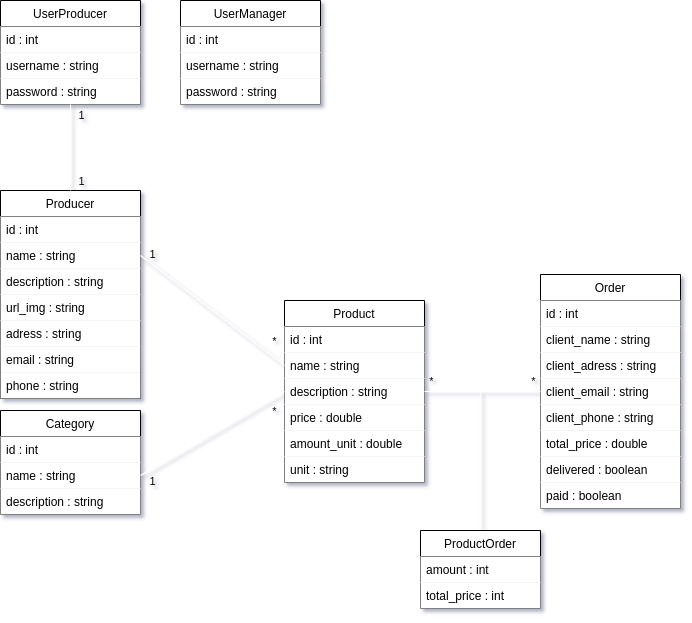
This is doc/bdd_schema.png from Tenebrosful/atelier_1_ciasie_2021_2022, a draw.io export, as it was before one commit. Source tidied: cells renumbered, new cells last; positions are measured from the earlier drawing's top-left corner, leaving out a move shared by most shapes. Its diagram source:
```xml
<mxGraphModel background="#FFFFFF">
  <root>
    <mxCell id="0" />
    <mxCell id="1" parent="0" />
    <mxCell id="2" value="Product" style="swimlane;fontStyle=0;horizontal=1;startSize=26;fillColor=default;fontColor=default;labelBackgroundColor=none;strokeColor=default;" parent="1" vertex="1">
      <mxGeometry x="284" y="300" width="140" height="182" as="geometry" />
    </mxCell>
    <mxCell id="3" value="id : int" style="text;strokeColor=none;fillColor=default;align=left;verticalAlign=top;spacingLeft=4;spacingRight=4;overflow=hidden;fontColor=default;labelBackgroundColor=none;" parent="2" vertex="1">
      <mxGeometry y="26" width="140" height="26" as="geometry" />
    </mxCell>
    <mxCell id="4" value="name : string" style="text;strokeColor=none;fillColor=default;align=left;verticalAlign=top;spacingLeft=4;spacingRight=4;overflow=hidden;points=[[0,0.5],[1,0.5]];portConstraint=eastwest;fontColor=default;labelBackgroundColor=none;" parent="2" vertex="1">
      <mxGeometry y="52" width="140" height="26" as="geometry" />
    </mxCell>
    <mxCell id="5" value="description : string" style="text;strokeColor=none;fillColor=default;align=left;verticalAlign=top;spacingLeft=4;spacingRight=4;overflow=hidden;points=[[0,0.5],[1,0.5]];portConstraint=eastwest;fontColor=default;labelBackgroundColor=none;" parent="2" vertex="1">
      <mxGeometry y="78" width="140" height="26" as="geometry" />
    </mxCell>
    <mxCell id="6" value="price : double" style="text;strokeColor=none;fillColor=default;align=left;verticalAlign=top;spacingLeft=4;spacingRight=4;overflow=hidden;fontColor=default;labelBackgroundColor=none;" parent="2" vertex="1">
      <mxGeometry y="104" width="140" height="26" as="geometry" />
    </mxCell>
    <mxCell id="7" value="amount_unit : double" style="text;strokeColor=none;fillColor=default;align=left;verticalAlign=top;spacingLeft=4;spacingRight=4;overflow=hidden;fontColor=default;labelBackgroundColor=none;" parent="2" vertex="1">
      <mxGeometry y="130" width="140" height="26" as="geometry" />
    </mxCell>
    <mxCell id="8" value="unit : string" style="text;strokeColor=none;fillColor=default;align=left;verticalAlign=top;spacingLeft=4;spacingRight=4;overflow=hidden;fontColor=default;labelBackgroundColor=none;" parent="2" vertex="1">
      <mxGeometry y="156" width="140" height="26" as="geometry" />
    </mxCell>
    <mxCell id="9" value="Category" style="swimlane;fontStyle=0;horizontal=1;startSize=26;fillColor=default;fontColor=default;labelBackgroundColor=none;strokeColor=default;" parent="1" vertex="1">
      <mxGeometry y="410" width="140" height="104" as="geometry" />
    </mxCell>
    <mxCell id="10" value="id : int" style="text;strokeColor=none;fillColor=default;align=left;verticalAlign=top;spacingLeft=4;spacingRight=4;overflow=hidden;fontColor=default;labelBackgroundColor=none;" parent="9" vertex="1">
      <mxGeometry y="26" width="140" height="26" as="geometry" />
    </mxCell>
    <mxCell id="11" value="name : string" style="text;strokeColor=none;fillColor=default;align=left;verticalAlign=top;spacingLeft=4;spacingRight=4;overflow=hidden;points=[[0,0.5],[1,0.5]];portConstraint=eastwest;fontColor=default;labelBackgroundColor=none;" parent="9" vertex="1">
      <mxGeometry y="52" width="140" height="26" as="geometry" />
    </mxCell>
    <mxCell id="12" value="description : string" style="text;strokeColor=none;fillColor=default;align=left;verticalAlign=top;spacingLeft=4;spacingRight=4;overflow=hidden;fontColor=default;labelBackgroundColor=none;" parent="9" vertex="1">
      <mxGeometry y="78" width="140" height="26" as="geometry" />
    </mxCell>
    <mxCell id="13" value="Producer" style="swimlane;fontStyle=0;horizontal=1;startSize=26;fillColor=default;strokeColor=default;fontColor=default;labelBackgroundColor=none;" parent="1" vertex="1">
      <mxGeometry y="190" width="140" height="208" as="geometry" />
    </mxCell>
    <mxCell id="14" value="id : int" style="text;strokeColor=none;fillColor=default;align=left;verticalAlign=top;spacingLeft=4;spacingRight=4;overflow=hidden;fontColor=default;labelBackgroundColor=none;" parent="13" vertex="1">
      <mxGeometry y="26" width="140" height="26" as="geometry" />
    </mxCell>
    <mxCell id="15" value="name : string" style="text;strokeColor=none;fillColor=default;align=left;verticalAlign=top;spacingLeft=4;spacingRight=4;overflow=hidden;points=[[0,0.5],[1,0.5]];portConstraint=eastwest;fontColor=default;labelBackgroundColor=none;" parent="13" vertex="1">
      <mxGeometry y="52" width="140" height="26" as="geometry" />
    </mxCell>
    <mxCell id="16" value="description : string" style="text;strokeColor=none;fillColor=default;align=left;verticalAlign=top;spacingLeft=4;spacingRight=4;overflow=hidden;fontColor=default;labelBackgroundColor=none;" parent="13" vertex="1">
      <mxGeometry y="78" width="140" height="26" as="geometry" />
    </mxCell>
    <mxCell id="17" value="url_img : string" style="text;strokeColor=none;fillColor=default;align=left;verticalAlign=top;spacingLeft=4;spacingRight=4;overflow=hidden;fontColor=default;labelBackgroundColor=none;" parent="13" vertex="1">
      <mxGeometry y="104" width="140" height="26" as="geometry" />
    </mxCell>
    <mxCell id="18" value="adress : string" style="text;strokeColor=none;fillColor=default;align=left;verticalAlign=top;spacingLeft=4;spacingRight=4;overflow=hidden;fontColor=default;labelBackgroundColor=none;" parent="13" vertex="1">
      <mxGeometry y="130" width="140" height="26" as="geometry" />
    </mxCell>
    <mxCell id="19" value="email : string" style="text;strokeColor=none;fillColor=default;align=left;verticalAlign=top;spacingLeft=4;spacingRight=4;overflow=hidden;fontColor=default;labelBackgroundColor=none;" parent="13" vertex="1">
      <mxGeometry y="156" width="140" height="26" as="geometry" />
    </mxCell>
    <mxCell id="20" value="phone : string" style="text;strokeColor=none;fillColor=default;align=left;verticalAlign=top;spacingLeft=4;spacingRight=4;overflow=hidden;fontColor=default;labelBackgroundColor=none;" parent="13" vertex="1">
      <mxGeometry y="182" width="140" height="26" as="geometry" />
    </mxCell>
    <mxCell id="21" style="endArrow=none;html=1;rounded=0;labelBackgroundColor=none;fontColor=default;strokeColor=#FFFFFF;exitX=1;exitY=0.5;exitDx=0;exitDy=0;entryX=0;entryY=0.5;entryDx=0;entryDy=0;" parent="1" edge="1" source="15" target="4">
      <mxGeometry relative="1" as="geometry" />
    </mxCell>
    <mxCell id="22" value="1" style="edgeLabel;html=1;align=center;verticalAlign=middle;fontColor=default;labelBackgroundColor=none;" parent="21" vertex="1">
      <mxGeometry x="-0.2" relative="1" as="geometry">
        <mxPoint x="-46" y="-45" as="offset" />
      </mxGeometry>
    </mxCell>
    <mxCell id="23" value="*" style="edgeLabel;html=1;align=center;verticalAlign=middle;fontColor=default;labelBackgroundColor=none;" parent="21" vertex="1">
      <mxGeometry x="0.52" relative="1" as="geometry">
        <mxPoint x="24" y="2" as="offset" />
      </mxGeometry>
    </mxCell>
    <mxCell id="24" style="endArrow=none;html=1;rounded=0;labelBackgroundColor=none;fontColor=default;strokeColor=#FFFFFF;exitX=1;exitY=0.5;exitDx=0;exitDy=0;entryX=0;entryY=0.5;entryDx=0;entryDy=0;" parent="1" edge="1" source="11" target="5">
      <mxGeometry relative="1" as="geometry" />
    </mxCell>
    <mxCell id="25" value="1" style="edgeLabel;html=1;align=center;verticalAlign=middle;fontColor=default;labelBackgroundColor=none;" parent="24" vertex="1">
      <mxGeometry x="-0.2" relative="1" as="geometry">
        <mxPoint x="-46" y="39" as="offset" />
      </mxGeometry>
    </mxCell>
    <mxCell id="26" value="*" style="edgeLabel;html=1;align=center;verticalAlign=middle;fontColor=default;labelBackgroundColor=none;" parent="24" vertex="1">
      <mxGeometry x="0.52" relative="1" as="geometry">
        <mxPoint x="24" y="-1" as="offset" />
      </mxGeometry>
    </mxCell>
    <mxCell id="27" value="Order" style="swimlane;fontStyle=0;horizontal=1;startSize=26;fillColor=default;fontColor=default;labelBackgroundColor=none;strokeColor=default;" parent="1" vertex="1">
      <mxGeometry x="540" y="274" width="140" height="234" as="geometry" />
    </mxCell>
    <mxCell id="28" value="id : int" style="text;strokeColor=none;fillColor=default;align=left;verticalAlign=top;spacingLeft=4;spacingRight=4;overflow=hidden;fontColor=default;labelBackgroundColor=none;" parent="27" vertex="1">
      <mxGeometry y="26" width="140" height="26" as="geometry" />
    </mxCell>
    <mxCell id="29" value="client_name : string" style="text;strokeColor=none;fillColor=default;align=left;verticalAlign=top;spacingLeft=4;spacingRight=4;overflow=hidden;fontColor=default;labelBackgroundColor=none;" parent="27" vertex="1">
      <mxGeometry y="52" width="140" height="26" as="geometry" />
    </mxCell>
    <mxCell id="30" value="client_adress : string" style="text;strokeColor=none;fillColor=default;align=left;verticalAlign=top;spacingLeft=4;spacingRight=4;overflow=hidden;fontColor=default;labelBackgroundColor=none;" parent="27" vertex="1">
      <mxGeometry y="78" width="140" height="26" as="geometry" />
    </mxCell>
    <mxCell id="31" value="client_email : string" style="text;strokeColor=none;fillColor=default;align=left;verticalAlign=top;spacingLeft=4;spacingRight=4;overflow=hidden;points=[[0,0.5],[1,0.5]];portConstraint=eastwest;fontColor=default;labelBackgroundColor=none;" parent="27" vertex="1">
      <mxGeometry y="104" width="140" height="26" as="geometry" />
    </mxCell>
    <mxCell id="32" value="client_phone : string" style="text;strokeColor=none;fillColor=default;align=left;verticalAlign=top;spacingLeft=4;spacingRight=4;overflow=hidden;fontColor=default;labelBackgroundColor=none;" parent="27" vertex="1">
      <mxGeometry y="130" width="140" height="26" as="geometry" />
    </mxCell>
    <mxCell id="33" value="total_price : double" style="text;strokeColor=none;fillColor=default;align=left;verticalAlign=top;spacingLeft=4;spacingRight=4;overflow=hidden;fontColor=default;labelBackgroundColor=none;" parent="27" vertex="1">
      <mxGeometry y="156" width="140" height="26" as="geometry" />
    </mxCell>
    <mxCell id="34" value="delivered : boolean" style="text;strokeColor=none;fillColor=default;align=left;verticalAlign=top;spacingLeft=4;spacingRight=4;overflow=hidden;fontColor=default;labelBackgroundColor=none;" parent="27" vertex="1">
      <mxGeometry y="182" width="140" height="26" as="geometry" />
    </mxCell>
    <mxCell id="35" value="paid : boolean" style="text;strokeColor=none;fillColor=default;align=left;verticalAlign=top;spacingLeft=4;spacingRight=4;overflow=hidden;fontColor=default;labelBackgroundColor=none;" parent="27" vertex="1">
      <mxGeometry y="208" width="140" height="26" as="geometry" />
    </mxCell>
    <mxCell id="36" style="endArrow=none;html=1;rounded=0;labelBackgroundColor=none;fontColor=default;strokeColor=#FFFFFF;exitX=1;exitY=0.5;exitDx=0;exitDy=0;entryX=0;entryY=0.5;entryDx=0;entryDy=0;" parent="1" edge="1" source="5" target="31">
      <mxGeometry relative="1" as="geometry" />
    </mxCell>
    <mxCell id="37" value="*" style="edgeLabel;html=1;align=center;verticalAlign=middle;fontColor=default;labelBackgroundColor=none;" parent="36" vertex="1">
      <mxGeometry x="-0.2" relative="1" as="geometry">
        <mxPoint x="-40" y="-11" as="offset" />
      </mxGeometry>
    </mxCell>
    <mxCell id="38" value="*" style="edgeLabel;html=1;align=center;verticalAlign=middle;fontColor=default;labelBackgroundColor=none;" parent="36" vertex="1">
      <mxGeometry x="0.52" relative="1" as="geometry">
        <mxPoint x="20" y="-11" as="offset" />
      </mxGeometry>
    </mxCell>
    <mxCell id="39" value="UserProducer" style="swimlane;fontStyle=0;horizontal=1;startSize=26;fillColor=default;fontColor=default;labelBackgroundColor=none;strokeColor=default;" parent="1" vertex="1">
      <mxGeometry width="140" height="104" as="geometry" />
    </mxCell>
    <mxCell id="40" value="id : int" style="text;strokeColor=none;fillColor=default;align=left;verticalAlign=top;spacingLeft=4;spacingRight=4;overflow=hidden;fontColor=default;labelBackgroundColor=none;" parent="39" vertex="1">
      <mxGeometry y="26" width="140" height="26" as="geometry" />
    </mxCell>
    <mxCell id="41" value="username : string" style="text;strokeColor=none;fillColor=default;align=left;verticalAlign=top;spacingLeft=4;spacingRight=4;overflow=hidden;fontColor=default;labelBackgroundColor=none;" parent="39" vertex="1">
      <mxGeometry y="52" width="140" height="26" as="geometry" />
    </mxCell>
    <mxCell id="42" value="password : string" style="text;strokeColor=none;fillColor=default;align=left;verticalAlign=top;spacingLeft=4;spacingRight=4;overflow=hidden;fontColor=default;labelBackgroundColor=none;" parent="39" vertex="1">
      <mxGeometry y="78" width="140" height="26" as="geometry" />
    </mxCell>
    <mxCell id="43" style="endArrow=none;html=1;rounded=0;labelBackgroundColor=none;fontColor=default;strokeColor=#FFFFFF;entryX=0.5;entryY=0;entryDx=0;entryDy=0;exitX=0.5;exitY=1;exitDx=0;exitDy=0;" parent="1" edge="1" source="39" target="13">
      <mxGeometry relative="1" as="geometry" />
    </mxCell>
    <mxCell id="44" value="1" style="edgeLabel;html=1;align=center;verticalAlign=middle;fontColor=default;labelBackgroundColor=none;" parent="43" vertex="1">
      <mxGeometry x="-0.2" relative="1" as="geometry">
        <mxPoint x="10" y="-24" as="offset" />
      </mxGeometry>
    </mxCell>
    <mxCell id="45" value="1" style="edgeLabel;html=1;align=center;verticalAlign=middle;fontColor=default;labelBackgroundColor=none;" parent="43" vertex="1">
      <mxGeometry x="0.52" relative="1" as="geometry">
        <mxPoint x="10" y="10" as="offset" />
      </mxGeometry>
    </mxCell>
    <mxCell id="46" value="UserManager" style="swimlane;fontStyle=0;horizontal=1;startSize=26;fillColor=default;fontColor=default;labelBackgroundColor=none;strokeColor=default;" parent="1" vertex="1">
      <mxGeometry x="180" width="140" height="104" as="geometry" />
    </mxCell>
    <mxCell id="47" value="id : int" style="text;strokeColor=none;fillColor=default;align=left;verticalAlign=top;spacingLeft=4;spacingRight=4;overflow=hidden;fontColor=default;labelBackgroundColor=none;" parent="46" vertex="1">
      <mxGeometry y="26" width="140" height="26" as="geometry" />
    </mxCell>
    <mxCell id="48" value="username : string" style="text;strokeColor=none;fillColor=default;align=left;verticalAlign=top;spacingLeft=4;spacingRight=4;overflow=hidden;fontColor=default;labelBackgroundColor=none;" parent="46" vertex="1">
      <mxGeometry y="52" width="140" height="26" as="geometry" />
    </mxCell>
    <mxCell id="49" value="password : string" style="text;strokeColor=none;fillColor=default;align=left;verticalAlign=top;spacingLeft=4;spacingRight=4;overflow=hidden;fontColor=default;labelBackgroundColor=none;" parent="46" vertex="1">
      <mxGeometry y="78" width="140" height="26" as="geometry" />
    </mxCell>
    <mxCell id="50" style="edgeStyle=orthogonalEdgeStyle;rounded=0;jettySize=auto;html=1;labelBackgroundColor=none;fontColor=default;strokeColor=#FFFFFF;endArrow=none;endFill=0;" parent="1" edge="1" source="51">
      <mxGeometry relative="1" as="geometry">
        <mxPoint x="480" y="390" as="targetPoint" />
      </mxGeometry>
    </mxCell>
    <mxCell id="51" value="ProductOrder" style="swimlane;fontStyle=0;horizontal=1;startSize=26;fillColor=default;fontColor=default;labelBackgroundColor=none;strokeColor=default;" parent="1" vertex="1">
      <mxGeometry x="420" y="530" width="120" height="78" as="geometry" />
    </mxCell>
    <mxCell id="52" value="amount : int" style="text;strokeColor=none;fillColor=default;align=left;verticalAlign=top;spacingLeft=4;spacingRight=4;overflow=hidden;fontColor=default;labelBackgroundColor=none;" parent="51" vertex="1">
      <mxGeometry y="26" width="120" height="26" as="geometry" />
    </mxCell>
    <mxCell id="53" value="total_price : int" style="text;strokeColor=none;fillColor=default;align=left;verticalAlign=top;spacingLeft=4;spacingRight=4;overflow=hidden;fontColor=default;labelBackgroundColor=none;" parent="51" vertex="1">
      <mxGeometry y="52" width="120" height="26" as="geometry" />
    </mxCell>
  </root>
</mxGraphModel>
```
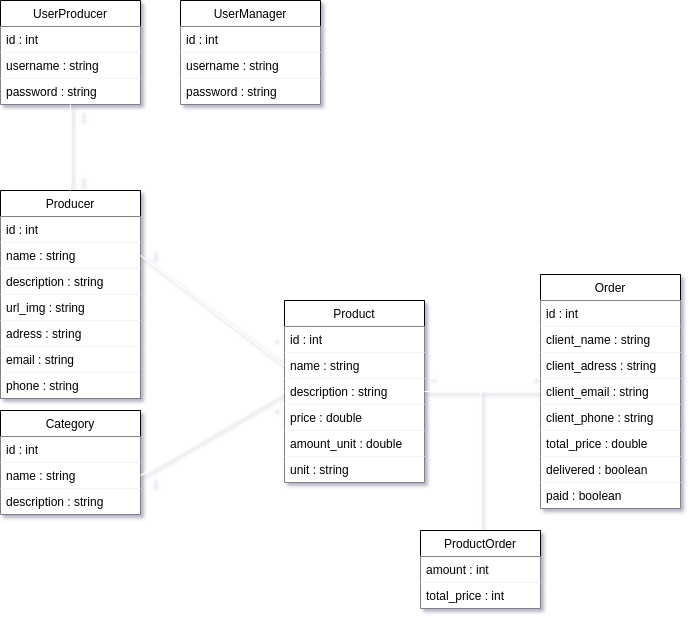
The same file after the commit.

Commit message:
Fix text color

Diff of the diagram source:
```diff
@@ -1,4 +1,4 @@
-<mxGraphModel background="#FFFFFF">
+<mxGraphModel background="#292929">
   <root>
     <mxCell id="0" />
     <mxCell id="1" parent="0" />
@@ -62,12 +62,12 @@
     <mxCell id="21" style="endArrow=none;html=1;rounded=0;labelBackgroundColor=none;fontColor=default;strokeColor=#FFFFFF;exitX=1;exitY=0.5;exitDx=0;exitDy=0;entryX=0;entryY=0.5;entryDx=0;entryDy=0;" parent="1" edge="1" source="15" target="4">
       <mxGeometry relative="1" as="geometry" />
     </mxCell>
-    <mxCell id="22" value="1" style="edgeLabel;html=1;align=center;verticalAlign=middle;fontColor=default;labelBackgroundColor=none;" parent="21" vertex="1">
+    <mxCell id="22" value="1" style="edgeLabel;html=1;align=center;verticalAlign=middle;fontColor=#FFFFFF;labelBackgroundColor=none;" parent="21" vertex="1">
       <mxGeometry x="-0.2" relative="1" as="geometry">
         <mxPoint x="-46" y="-45" as="offset" />
       </mxGeometry>
     </mxCell>
-    <mxCell id="23" value="*" style="edgeLabel;html=1;align=center;verticalAlign=middle;fontColor=default;labelBackgroundColor=none;" parent="21" vertex="1">
+    <mxCell id="23" value="*" style="edgeLabel;html=1;align=center;verticalAlign=middle;fontColor=#FFFFFF;labelBackgroundColor=none;" parent="21" vertex="1">
       <mxGeometry x="0.52" relative="1" as="geometry">
         <mxPoint x="24" y="2" as="offset" />
       </mxGeometry>
@@ -75,12 +75,12 @@
     <mxCell id="24" style="endArrow=none;html=1;rounded=0;labelBackgroundColor=none;fontColor=default;strokeColor=#FFFFFF;exitX=1;exitY=0.5;exitDx=0;exitDy=0;entryX=0;entryY=0.5;entryDx=0;entryDy=0;" parent="1" edge="1" source="11" target="5">
       <mxGeometry relative="1" as="geometry" />
     </mxCell>
-    <mxCell id="25" value="1" style="edgeLabel;html=1;align=center;verticalAlign=middle;fontColor=default;labelBackgroundColor=none;" parent="24" vertex="1">
+    <mxCell id="25" value="1" style="edgeLabel;html=1;align=center;verticalAlign=middle;fontColor=#FFFFFF;labelBackgroundColor=none;" parent="24" vertex="1">
       <mxGeometry x="-0.2" relative="1" as="geometry">
         <mxPoint x="-46" y="39" as="offset" />
       </mxGeometry>
     </mxCell>
-    <mxCell id="26" value="*" style="edgeLabel;html=1;align=center;verticalAlign=middle;fontColor=default;labelBackgroundColor=none;" parent="24" vertex="1">
+    <mxCell id="26" value="*" style="edgeLabel;html=1;align=center;verticalAlign=middle;fontColor=#FFFFFF;labelBackgroundColor=none;" parent="24" vertex="1">
       <mxGeometry x="0.52" relative="1" as="geometry">
         <mxPoint x="24" y="-1" as="offset" />
       </mxGeometry>
@@ -115,12 +115,12 @@
     <mxCell id="36" style="endArrow=none;html=1;rounded=0;labelBackgroundColor=none;fontColor=default;strokeColor=#FFFFFF;exitX=1;exitY=0.5;exitDx=0;exitDy=0;entryX=0;entryY=0.5;entryDx=0;entryDy=0;" parent="1" edge="1" source="5" target="31">
       <mxGeometry relative="1" as="geometry" />
     </mxCell>
-    <mxCell id="37" value="*" style="edgeLabel;html=1;align=center;verticalAlign=middle;fontColor=default;labelBackgroundColor=none;" parent="36" vertex="1">
+    <mxCell id="37" value="*" style="edgeLabel;html=1;align=center;verticalAlign=middle;fontColor=#FFFFFF;labelBackgroundColor=none;" parent="36" vertex="1">
       <mxGeometry x="-0.2" relative="1" as="geometry">
         <mxPoint x="-40" y="-11" as="offset" />
       </mxGeometry>
     </mxCell>
-    <mxCell id="38" value="*" style="edgeLabel;html=1;align=center;verticalAlign=middle;fontColor=default;labelBackgroundColor=none;" parent="36" vertex="1">
+    <mxCell id="38" value="*" style="edgeLabel;html=1;align=center;verticalAlign=middle;fontColor=#FFFFFF;labelBackgroundColor=none;" parent="36" vertex="1">
       <mxGeometry x="0.52" relative="1" as="geometry">
         <mxPoint x="20" y="-11" as="offset" />
       </mxGeometry>
@@ -140,12 +140,12 @@
     <mxCell id="43" style="endArrow=none;html=1;rounded=0;labelBackgroundColor=none;fontColor=default;strokeColor=#FFFFFF;entryX=0.5;entryY=0;entryDx=0;entryDy=0;exitX=0.5;exitY=1;exitDx=0;exitDy=0;" parent="1" edge="1" source="39" target="13">
       <mxGeometry relative="1" as="geometry" />
     </mxCell>
-    <mxCell id="44" value="1" style="edgeLabel;html=1;align=center;verticalAlign=middle;fontColor=default;labelBackgroundColor=none;" parent="43" vertex="1">
+    <mxCell id="44" value="1" style="edgeLabel;html=1;align=center;verticalAlign=middle;fontColor=#FFFFFF;labelBackgroundColor=none;" parent="43" vertex="1">
       <mxGeometry x="-0.2" relative="1" as="geometry">
         <mxPoint x="10" y="-24" as="offset" />
       </mxGeometry>
     </mxCell>
-    <mxCell id="45" value="1" style="edgeLabel;html=1;align=center;verticalAlign=middle;fontColor=default;labelBackgroundColor=none;" parent="43" vertex="1">
+    <mxCell id="45" value="1" style="edgeLabel;html=1;align=center;verticalAlign=middle;fontColor=#FFFFFF;labelBackgroundColor=none;" parent="43" vertex="1">
       <mxGeometry x="0.52" relative="1" as="geometry">
         <mxPoint x="10" y="10" as="offset" />
       </mxGeometry>
```
